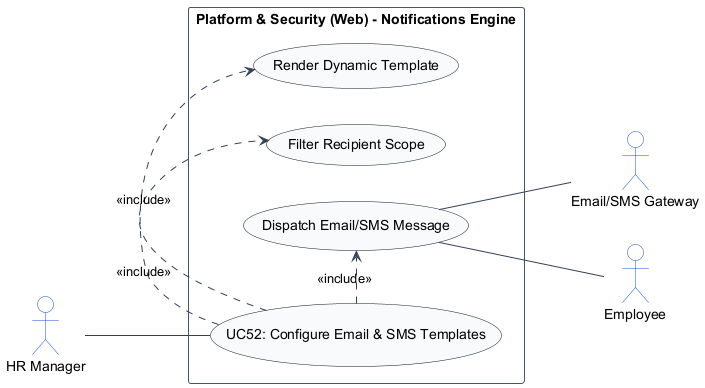
This is usecase_images/UC52.png from TamBui1706/HRPlatform, a PlantUML export, as it was before one commit.
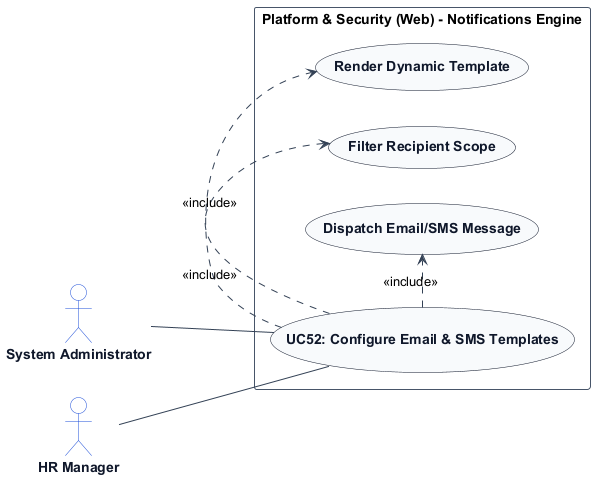
The same file after the commit.

What changed in the source:
```diff
@@ -7,14 +7,19 @@
 skinparam ArrowColor #334155
 skinparam ActorBorderColor #1d4ed8
 skinparam ActorBackgroundColor #ffffff
+skinparam ActorFontColor #0f172a
+skinparam ActorFontStyle bold
+
 skinparam UsecaseBorderColor #0f172a
 skinparam UsecaseBackgroundColor #f8fafc
+skinparam UsecaseFontColor #0f172a
+skinparam UsecaseFontStyle bold
+
 skinparam RectangleBorderColor #475569
 skinparam RectangleBackgroundColor #ffffff
 
+actor "System Administrator" as SystemAdministrator
 actor "HR Manager" as HRManager
-actor "Email/SMS Gateway" as EmailSMSGateway
-actor "Employee" as Employee
 
 rectangle "Platform & Security (Web) - Notifications Engine" {
     usecase "UC52: Configure Email & SMS Templates" as UC_Main
@@ -22,11 +27,10 @@
     usecase "Filter Recipient Scope" as UC_FilterScope
     usecase "Dispatch Email/SMS Message" as UC_DispatchMail
 
+    SystemAdministrator -- UC_Main
     HRManager -- UC_Main
     UC_Main .> UC_RenderTemp : <<include>>
     UC_Main .> UC_FilterScope : <<include>>
     UC_Main .> UC_DispatchMail : <<include>>
-    UC_DispatchMail -- EmailSMSGateway
-    UC_DispatchMail -- Employee
 }
 @enduml
```
